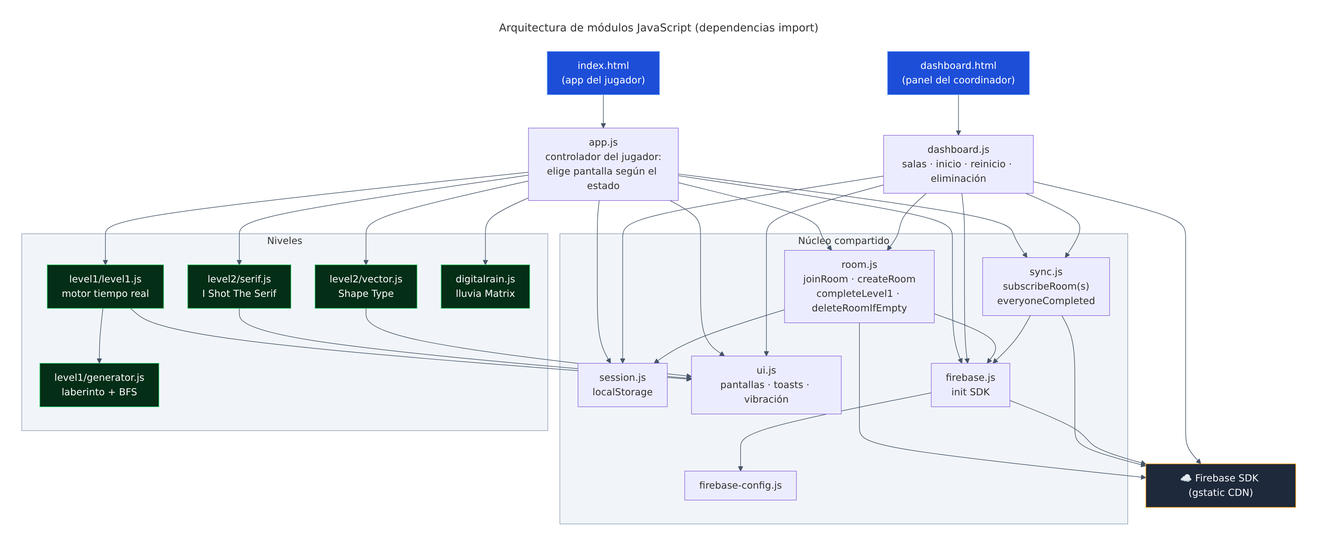
Earlier version of the Mermaid export docs/diagramas/02-arquitectura-modulos.png (morphine75/escape_room). Its source is kept beside it as docs/diagramas/fuentes/02-arquitectura-modulos.mmd. The source it was exported from:
```mermaid
---
title: Arquitectura de módulos JavaScript (dependencias import)
---
flowchart TB
  IDX["index.html<br/>(app del jugador)"] --> APP
  DASHH["dashboard.html<br/>(panel del coordinador)"] --> DASH

  APP["app.js<br/>controlador del jugador:<br/>elige pantalla según el estado"]
  DASH["dashboard.js<br/>salas · inicio · reinicio · eliminación"]

  subgraph Core["Núcleo compartido"]
    direction LR
    ROOM["room.js<br/>joinRoom · createRoom<br/>completeLevel1 · deleteRoomIfEmpty"]
    SYNC["sync.js<br/>subscribeRoom(s)<br/>everyoneCompleted"]
    SES["session.js<br/>localStorage"]
    UI["ui.js<br/>pantallas · toasts · vibración"]
    FBJS["firebase.js<br/>init SDK"]
    CFG["firebase-config.js"]
  end

  subgraph Niveles["Niveles"]
    direction LR
    L1["level1/level1.js<br/>motor tiempo real"]
    GEN["level1/generator.js<br/>laberinto + BFS"]
    SER["level2/serif.js<br/>I Shot The Serif"]
    VEC["level2/vector.js<br/>Shape Type"]
    RAIN["digitalrain.js<br/>lluvia Matrix"]
  end

  SDK["☁️ Firebase SDK (gstatic CDN)"]

  APP --> ROOM & SYNC & SES & UI & FBJS
  APP --> L1 & SER & VEC & RAIN
  DASH --> ROOM & SYNC & SES & UI & FBJS
  L1 --> GEN & UI
  SER --> UI
  VEC --> UI
  ROOM --> FBJS & SES
  SYNC --> FBJS
  ROOM & SYNC & DASH --> SDK
  FBJS --> CFG & SDK

  classDef entry fill:#1d4ed8,stroke:#93c5fd,color:#fff
  classDef lvl fill:#052e16,stroke:#22c55e,color:#f8fafc
  classDef ext fill:#1e293b,stroke:#f59e0b,color:#f8fafc
  class IDX,DASHH entry
  class L1,GEN,SER,VEC,RAIN lvl
  class SDK ext
```
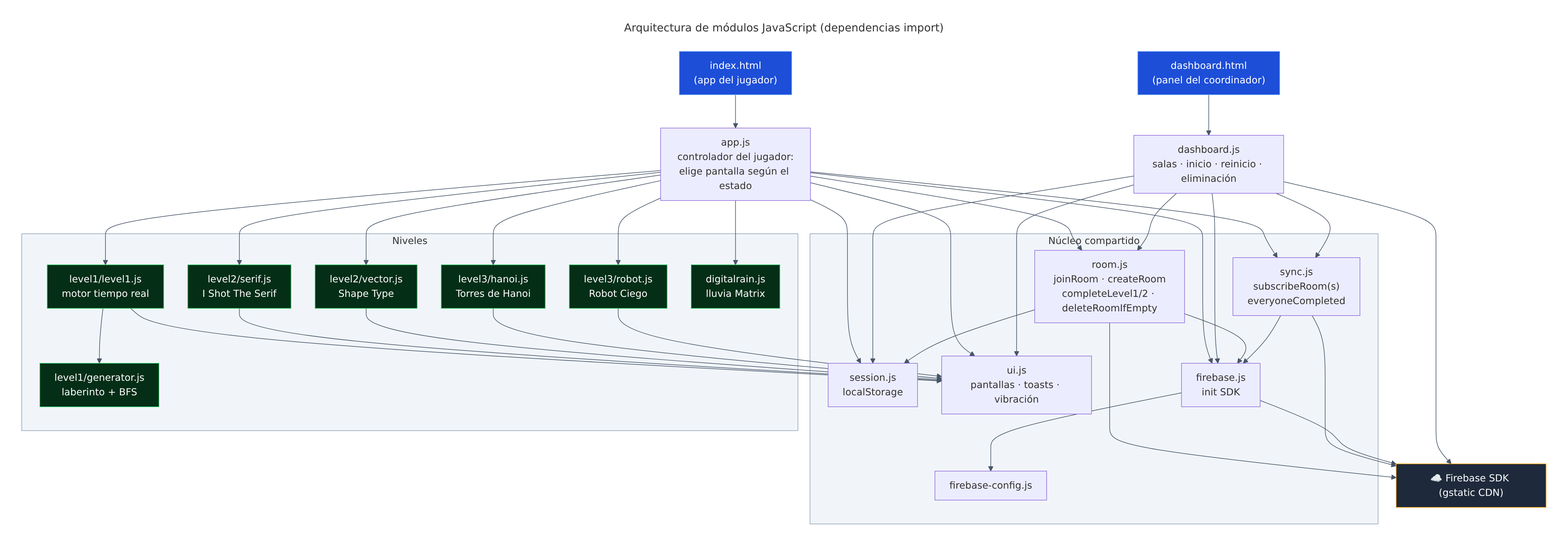
The same diagram one commit later.

Change to the diagram source:
```diff
@@ -10,7 +10,7 @@
 
   subgraph Core["Núcleo compartido"]
     direction LR
-    ROOM["room.js<br/>joinRoom · createRoom<br/>completeLevel1 · deleteRoomIfEmpty"]
+    ROOM["room.js<br/>joinRoom · createRoom<br/>completeLevel1/2 · deleteRoomIfEmpty"]
     SYNC["sync.js<br/>subscribeRoom(s)<br/>everyoneCompleted"]
     SES["session.js<br/>localStorage"]
     UI["ui.js<br/>pantallas · toasts · vibración"]
@@ -24,17 +24,21 @@
     GEN["level1/generator.js<br/>laberinto + BFS"]
     SER["level2/serif.js<br/>I Shot The Serif"]
     VEC["level2/vector.js<br/>Shape Type"]
+    HAN["level3/hanoi.js<br/>Torres de Hanoi"]
+    ROB["level3/robot.js<br/>Robot Ciego"]
     RAIN["digitalrain.js<br/>lluvia Matrix"]
   end
 
   SDK["☁️ Firebase SDK (gstatic CDN)"]
 
   APP --> ROOM & SYNC & SES & UI & FBJS
-  APP --> L1 & SER & VEC & RAIN
+  APP --> L1 & SER & VEC & HAN & ROB & RAIN
   DASH --> ROOM & SYNC & SES & UI & FBJS
   L1 --> GEN & UI
   SER --> UI
   VEC --> UI
+  HAN --> UI
+  ROB --> UI
   ROOM --> FBJS & SES
   SYNC --> FBJS
   ROOM & SYNC & DASH --> SDK
@@ -44,5 +48,5 @@
   classDef lvl fill:#052e16,stroke:#22c55e,color:#f8fafc
   classDef ext fill:#1e293b,stroke:#f59e0b,color:#f8fafc
   class IDX,DASHH entry
-  class L1,GEN,SER,VEC,RAIN lvl
+  class L1,GEN,SER,VEC,HAN,ROB,RAIN lvl
   class SDK ext
```
